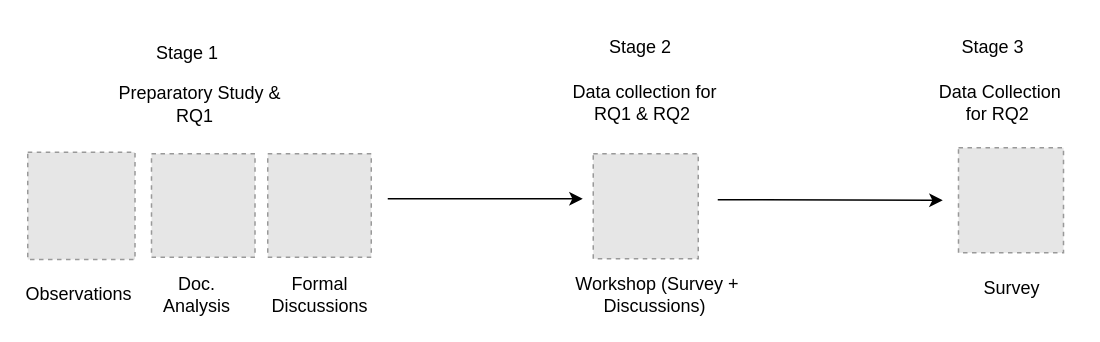
The draw.io diagram Method.drawio in amnapir/Figures, before the edit. Source tidied: cells renumbered, new cells numbered last; positions are measured from the earlier drawing's top-left corner, leaving out a move shared by most shapes. Both pictures are drawn from the tidied source at 150%, with x=0, y=0 at pixel (27, 26). Pictures stored in the file or linked from it are replaced by grey dashed boxes.
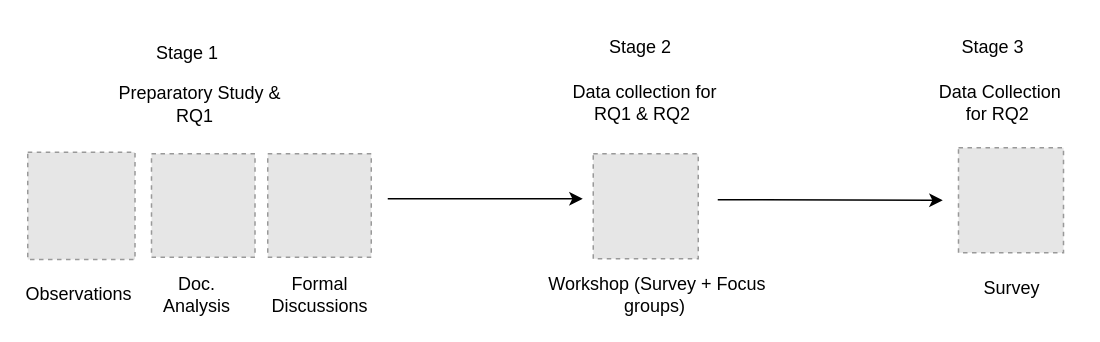
After the change.

Change to the diagram source:
```diff
@@
-    <mxCell id="4" value="Workshop (Survey + Discussions)&amp;nbsp;" style="text;html=1;strokeColor=none;fillColor=none;align=center;verticalAlign=middle;whiteSpace=wrap;rounded=0;" parent="1" vertex="1">
+    <mxCell id="4" value="Workshop (Survey + Focus groups)&amp;nbsp;" style="text;html=1;strokeColor=none;fillColor=none;align=center;verticalAlign=middle;whiteSpace=wrap;rounded=0;" parent="1" vertex="1">
       <mxGeometry x="340" y="164" width="160" height="30" as="geometry" />
     </mxCell>
```
